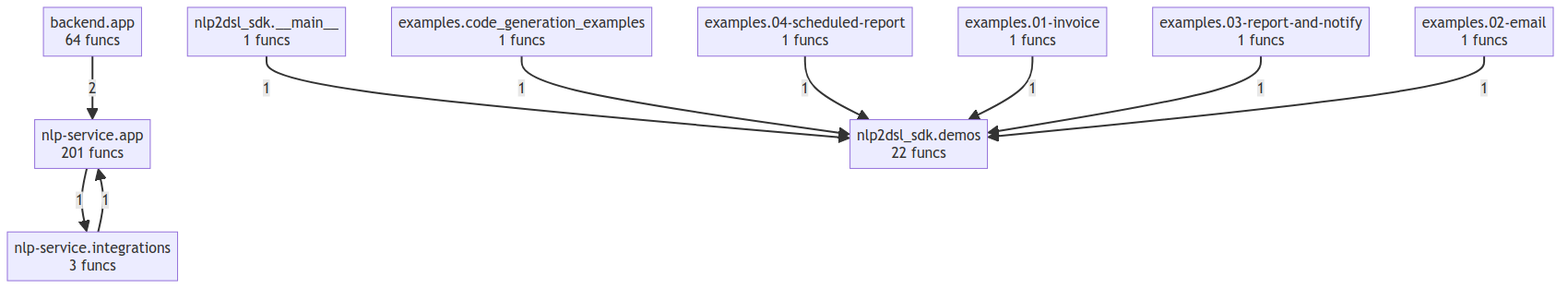
This is project/compact_flow.png from semcod/nlp2dsl, a Mermaid export, as it was before one commit. Its source is kept beside it as project/compact_flow.mmd.
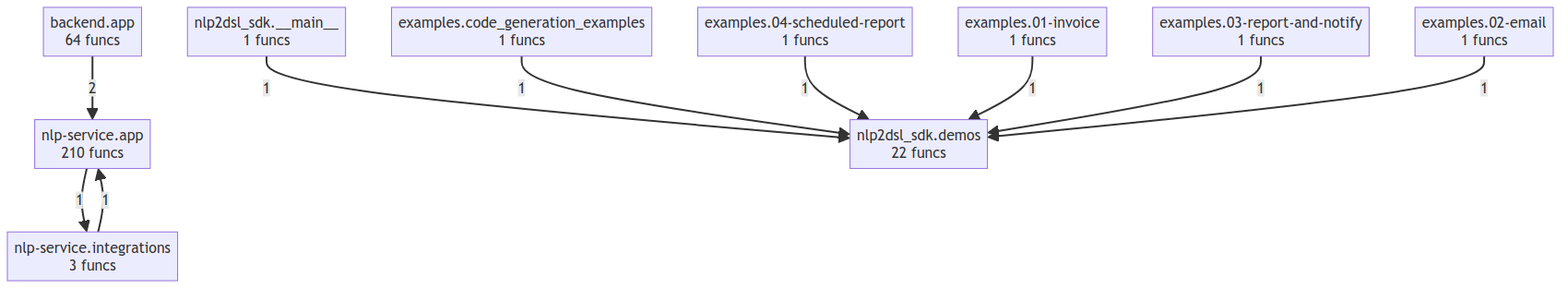
Later version of the same file.

The edit, as a diff of the source:
```diff
@@ -5,7 +5,7 @@
     examples__03_report_and_notify["examples.03-report-and-notify<br/>1 funcs"]
     examples__04_scheduled_report["examples.04-scheduled-report<br/>1 funcs"]
     examples__code_generation_examples["examples.code_generation_examples<br/>1 funcs"]
-    nlp_service__app["nlp-service.app<br/>201 funcs"]
+    nlp_service__app["nlp-service.app<br/>210 funcs"]
     nlp_service__integrations["nlp-service.integrations<br/>3 funcs"]
     nlp2dsl_sdk____main__["nlp2dsl_sdk.__main__<br/>1 funcs"]
     nlp2dsl_sdk__demos["nlp2dsl_sdk.demos<br/>22 funcs"]
@@ -16,5 +16,5 @@
     examples__01_invoice -->|1| nlp2dsl_sdk__demos
     examples__03_report_and_notify -->|1| nlp2dsl_sdk__demos
     examples__02_email -->|1| nlp2dsl_sdk__demos
+    nlp_service__app -->|1| nlp_service__integrations
     nlp_service__integrations -->|1| nlp_service__app
-    nlp_service__app -->|1| nlp_service__integrations
```
